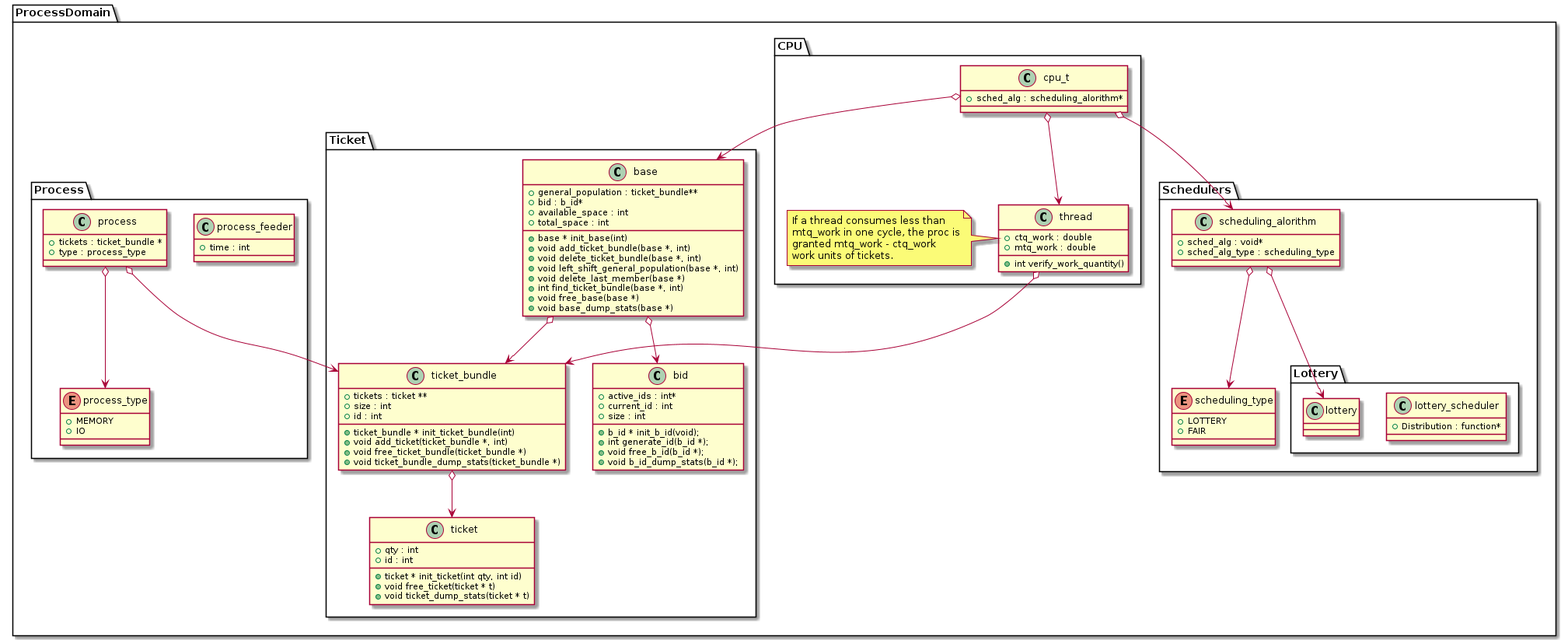
Earlier version of the PlantUML export documentation/uml_figure.png (millipedes/Scheduling-Simulator).
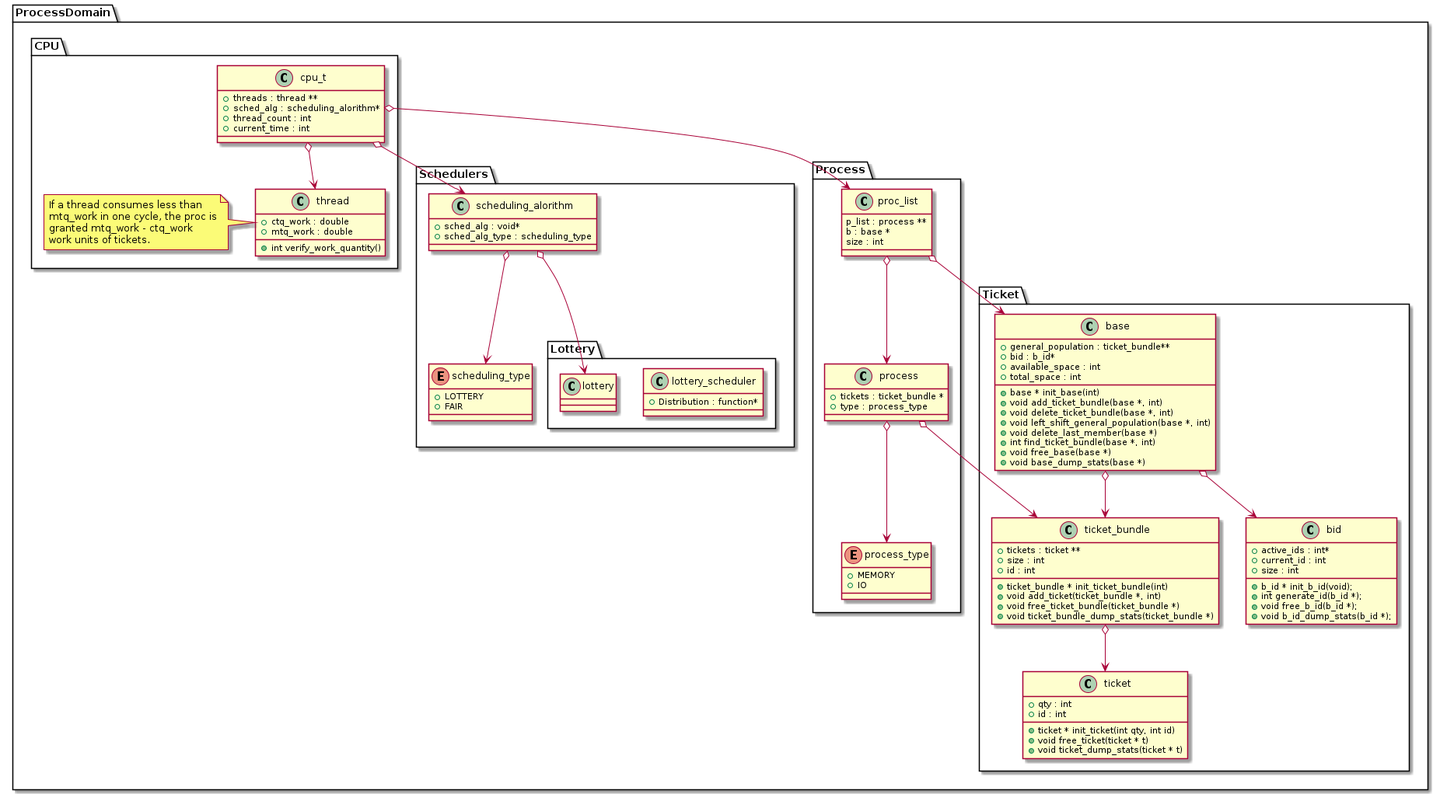
Above is the later version.

The edit, as a diff of the source:
```diff
@@ -23,7 +23,10 @@
 
   package CPU {
     class cpu_t {
+      {field} + threads : thread **
       {field} + sched_alg : scheduling_alorithm*
+      {field} + thread_count : int
+      {field} + current_time : int
     }
     class thread {
         {field} + ctq_work : double
@@ -78,8 +81,10 @@
   }
 
   package Process {
-    class process_feeder {
-      {field} + time : int
+    class proc_list {
+      {field} p_list : process **
+      {field} b : base *
+      {field} size : int
     }
 
     class process {
@@ -96,9 +101,8 @@
 
 cpu_t  o--> thread
 cpu_t  o--> scheduling_alorithm
-cpu_t  o--> base
+cpu_t  o--> proc_list
 
-thread        o--> ticket_bundle
 ticket_bundle o--> ticket
 base o--> ticket_bundle
 base o--> bid
@@ -106,6 +110,9 @@
 scheduling_alorithm o--> lottery
 scheduling_alorithm o--> scheduling_type
 
+proc_list o--> process
+proc_list o--> base
+
 process o--> process_type
 process o--> ticket_bundle
 
```
